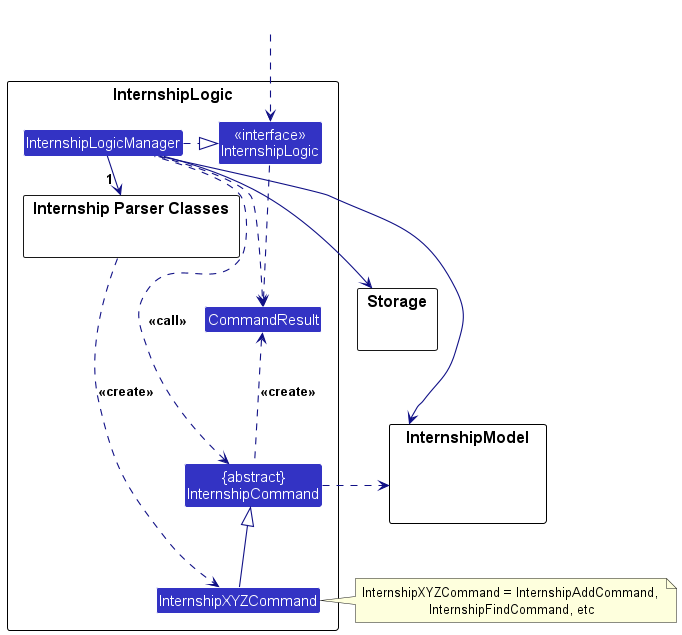
Above: docs/images/InternshipLogicClassDiagram.png in theman-oj10/CareerSync (PlantUML), before the change.
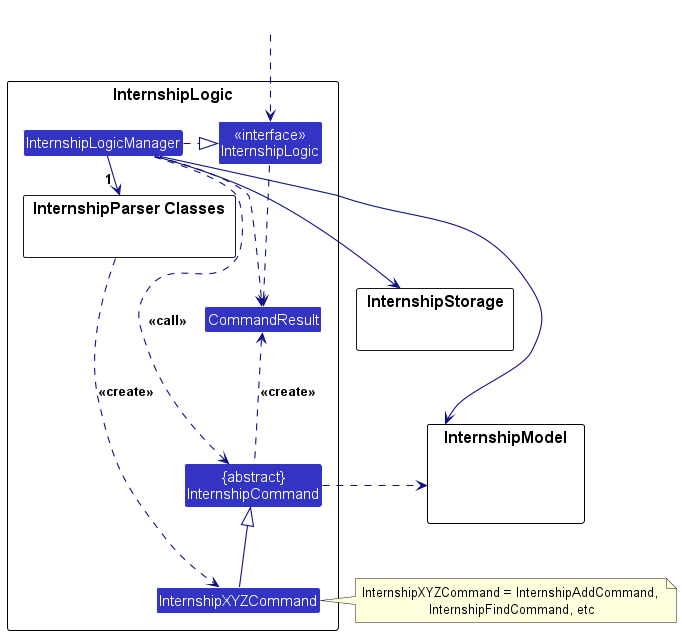
After the commit.

What changed in the source:
```diff
@@ -6,7 +6,7 @@
 
 package InternshipLogic as InternshipLogicPackage {
 
-package "Internship Parser Classes" as InternshipParserClasses{
+package "InternshipParser Classes" as InternshipParserClasses{
 }
 Class InternshipXYZCommand
 Class CommandResult
@@ -21,7 +21,7 @@
 Class HiddenModel #FFFFFF
 }
 
-package Storage {
+package InternshipStorage {
 }
 
 Class HiddenOutside #FFFFFF
@@ -35,9 +35,9 @@
 InternshipLogicManager .left.> InternshipCommand : <<call>>
 
 InternshipLogicManager --> InternshipModel
-InternshipLogicManager --> Storage
-Storage --[hidden] InternshipModel
-InternshipCommand .[hidden]up.> Storage
+InternshipLogicManager --> InternshipStorage
+InternshipStorage --[hidden] InternshipModel
+InternshipCommand .[hidden]up.> InternshipStorage
 InternshipCommand .right.> InternshipModel
 note right of InternshipXYZCommand: InternshipXYZCommand = InternshipAddCommand, \nInternshipFindCommand, etc
 
```
